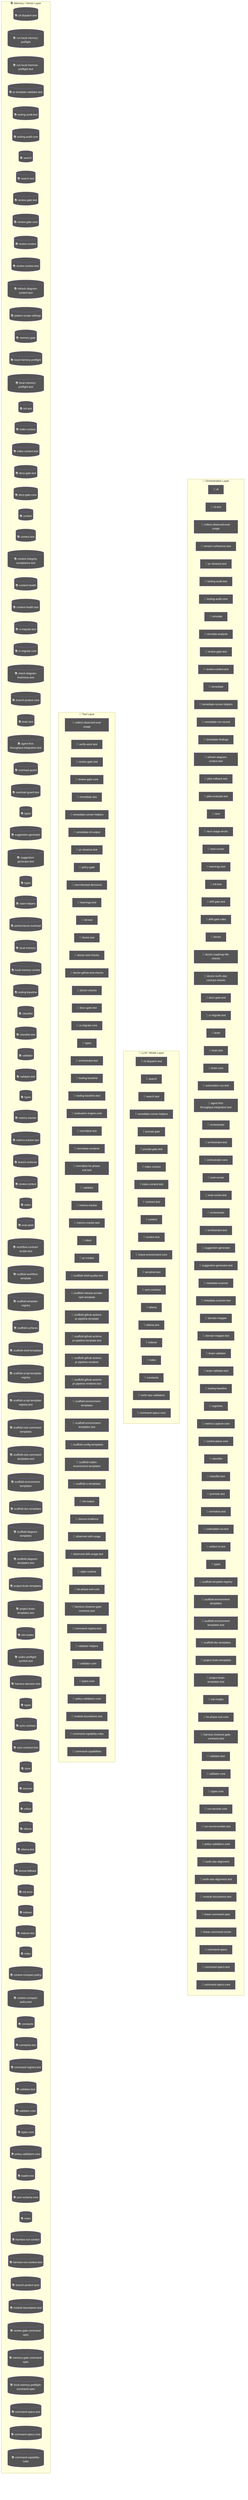
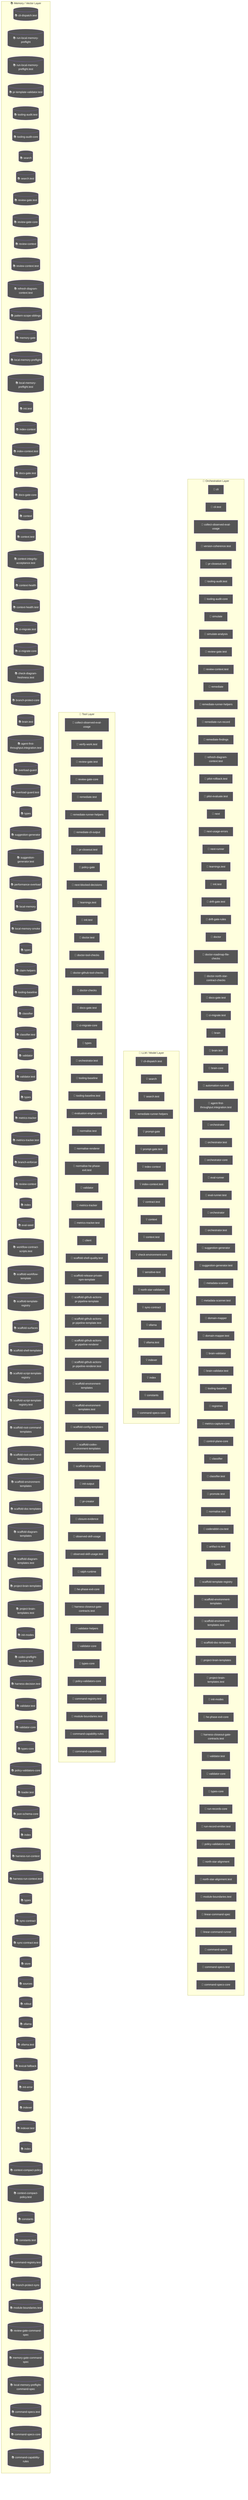
flowchart TD
  subgraph Orchestration["🎯 Orchestration Layer"]
    cli_99bb8840["🤖 cli"]
    cli_test_4851f28b["🤖 cli.test"]
    node_agent_mmd_orchestration_layer_orchestration_coll_37781291["🤖 collect-observed-eval-usage"]
    version_coherence_test_b81c6d8e["🤖 version-coherence.test"]
    pr_closeout_test_12a1ffdd["🤖 pr-closeout.test"]
    node_agent_mmd_orchestration_layer_orchestration_tool_5f9f8adf["🤖 tooling-audit.test"]
    node_agent_mmd_orchestration_layer_orchestration_tool_acfe0c01["🤖 tooling-audit-core"]
    simulate_b9efe395["🤖 simulate"]
    simulate_analysis_164a460c["🤖 simulate-analysis"]
    node_agent_mmd_orchestration_layer_orchestration_revi_ae9f100c["🤖 review-gate.test"]
    node_agent_mmd_orchestration_layer_orchestration_revi_84f25e5b["🤖 review-context.test"]
    remediate_06b9c7fc["🤖 remediate"]
    node_agent_mmd_orchestration_layer_orchestration_reme_359fe98f["🤖 remediate-runner-helpers"]
    remediate_run_record_9dfe5dc1["🤖 remediate-run-record"]
    remediate_findings_8b09c8c6["🤖 remediate-findings"]
    node_agent_mmd_orchestration_layer_orchestration_refr_10a87984["🤖 refresh-diagram-context.test"]
    pilot_rollback_test_e61d5a2b["🤖 pilot-rollback.test"]
    pilot_evaluate_test_a2ac06fc["🤖 pilot-evaluate.test"]
    next_c6c1c9a9["🤖 next"]
    next_usage_errors_837a345a["🤖 next-usage-errors"]
    next_runner_41643472["🤖 next-runner"]
    node_agent_mmd_orchestration_layer_orchestration_lear_5a2a5b08["🤖 learnings.test"]
    node_agent_mmd_orchestration_layer_orchestration_init_daf6ae1b["🤖 init.test"]
    drift_gate_test_816765e3["🤖 drift-gate.test"]
    drift_gate_rules_9685e72d["🤖 drift-gate-rules"]
    doctor_72f4be89["🤖 doctor"]
    doctor_roadmap_file_checks_14447b8e["🤖 doctor-roadmap-file-checks"]
    doctor_north_star_contract_checks_0048124c["🤖 doctor-north-star-contract-checks"]
    node_agent_mmd_orchestration_layer_orchestration_docs_22c7ae60["🤖 docs-gate.test"]
    node_agent_mmd_orchestration_layer_orchestration_ci_m_a6704d8b["🤖 ci-migrate.test"]
    brain_bbbf7a64["🤖 brain"]
    node_agent_mmd_orchestration_layer_orchestration_brai_9c019b6e["🤖 brain.test"]
    brain_core_aa07c380["🤖 brain-core"]
    automation_run_test_7b21d905["🤖 automation-run.test"]
    node_agent_mmd_orchestration_layer_orchestration_agen_eb715f44["🤖 agent-first-throughput.integration.test"]
    orchestrator_11376b7e["🤖 orchestrator"]
    orchestrator_test_18d2fe26["🤖 orchestrator.test"]
    orchestrator_core_d0678b53["🤖 orchestrator-core"]
    eval_runner_0966a6b3["🤖 eval-runner"]
    eval_runner_test_962c8c18["🤖 eval-runner.test"]
    orchestrator_1_6b7137c5["🤖 orchestrator"]
    node_agent_mmd_orchestration_layer_orchestration_orch_af4e7416["🤖 orchestrator.test"]
    node_agent_mmd_orchestration_layer_orchestration_sugg_85c5ebe3["🤖 suggestion-generator"]
    node_agent_mmd_orchestration_layer_orchestration_sugg_d0ad9d8e["🤖 suggestion-generator.test"]
    metadata_scanner_6a101b66["🤖 metadata-scanner"]
    metadata_scanner_test_faee743d["🤖 metadata-scanner.test"]
    domain_mapper_cd9333d2["🤖 domain-mapper"]
    domain_mapper_test_dc5a9896["🤖 domain-mapper.test"]
    brain_validator_be251832["🤖 brain-validator"]
    brain_validator_test_5e40cb72["🤖 brain-validator.test"]
    node_agent_mmd_orchestration_layer_orchestration_tool_cc43149f["🤖 tooling-baseline"]
    registries_06402afa["🤖 registries"]
    metrics_capture_core_db4bf7cf["🤖 metrics-capture-core"]
    control_plane_core_db3b4cb2["🤖 control-plane-core"]
    node_agent_mmd_orchestration_layer_orchestration_clas_899b821a["🤖 classifier"]
    node_agent_mmd_orchestration_layer_orchestration_clas_402e0b3f["🤖 classifier.test"]
    promote_test_5c615269["🤖 promote.test"]
    normalise_test_1_6643dd83["🤖 normalise.test"]
    coderabbit_csv_test_1f36d0a4["🤖 coderabbit-csv.test"]
    artifact_io_test_aac02da3["🤖 artifact-io.test"]
-     types_15_86775c96["🤖 types"]
+     types_14_fe7507be["🤖 types"]
    node_agent_mmd_orchestration_layer_orchestration_scaf_ff8f92f6["🤖 scaffold-template-registry"]
    node_agent_mmd_orchestration_layer_orchestration_scaf_c9a90c2f["🤖 scaffold-environment-templates"]
    node_agent_mmd_orchestration_layer_orchestration_scaf_78d57a93["🤖 scaffold-environment-templates.test"]
    node_agent_mmd_orchestration_layer_orchestration_scaf_12cc07db["🤖 scaffold-doc-templates"]
    node_agent_mmd_orchestration_layer_orchestration_proj_6ab6f60f["🤖 project-brain-templates"]
    node_agent_mmd_orchestration_layer_orchestration_proj_d78b2f4f["🤖 project-brain-templates.test"]
    node_agent_mmd_orchestration_layer_orchestration_init_2a9c3ecb["🤖 init-modes"]
    node_agent_mmd_orchestration_layer_orchestration_he_p_fc778c24["🤖 he-phase-exit-core"]
    node_agent_mmd_orchestration_layer_orchestration_harn_7761fad1["🤖 harness-closeout-gate-contracts.test"]
    node_agent_mmd_orchestration_layer_orchestration_vali_a3b17e45["🤖 validator.test"]
    node_agent_mmd_orchestration_layer_orchestration_vali_d9fe99e6["🤖 validator-core"]
    node_agent_mmd_orchestration_layer_orchestration_type_7cf81261["🤖 types-core"]
    run_records_core_89286dfa["🤖 run-records-core"]
    run_record_emitter_test_5475c0da["🤖 run-record-emitter.test"]
    node_agent_mmd_orchestration_layer_orchestration_poli_3270b55d["🤖 policy-validators-core"]
    north_star_alignment_00440188["🤖 north-star-alignment"]
    north_star_alignment_test_3ae1d69b["🤖 north-star-alignment.test"]
    node_agent_mmd_orchestration_layer_orchestration_modu_72373e29["🤖 module-boundaries.test"]
    linear_command_spec_1e12dd44["🤖 linear-command-spec"]
    linear_command_runner_4a740dfc["🤖 linear-command-runner"]
    command_specs_69167c63["🤖 command-specs"]
    node_agent_mmd_orchestration_layer_orchestration_comm_a137ef0a["🤖 command-specs.test"]
    node_agent_mmd_orchestration_layer_orchestration_comm_1f8cc24c["🤖 command-specs-core"]
  end
  subgraph LLMLayer["🧠 LLM / Model Layer"]
    node_agent_mmd_llm_model_layer_llmlayer_cli_dispatch__7ecbc6e7["💡 cli-dispatch.test"]
    node_agent_mmd_llm_model_layer_llmlayer_search_search_66b9a911["💡 search"]
    node_agent_mmd_llm_model_layer_llmlayer_search_test_s_72d50705["💡 search.test"]
    node_agent_mmd_llm_model_layer_llmlayer_remediate_run_9e3d4585["💡 remediate-runner-helpers"]
    prompt_gate_c5e9d207["💡 prompt-gate"]
    prompt_gate_test_1a442b27["💡 prompt-gate.test"]
    node_agent_mmd_llm_model_layer_llmlayer_index_context_1041bd11["💡 index-context"]
    node_agent_mmd_llm_model_layer_llmlayer_index_context_7e927b45["💡 index-context.test"]
    contract_test_2262847f["💡 contract.test"]
    node_agent_mmd_llm_model_layer_llmlayer_context_conte_ad2dfbd9["💡 context"]
    node_agent_mmd_llm_model_layer_llmlayer_context_test__32277db3["💡 context.test"]
    check_environment_core_2c16213f["💡 check-environment-core"]
    sensitive_text_7c11f760["💡 sensitive-text"]
+     north_star_validators_cfc926ce["💡 north-star-validators"]
    node_agent_mmd_llm_model_layer_llmlayer_sync_contract_9f3cc8c1["💡 sync-contract"]
    node_agent_mmd_llm_model_layer_llmlayer_ollama_ollama_968b23fa["💡 ollama"]
    node_agent_mmd_llm_model_layer_llmlayer_ollama_test_o_d62a0b5a["💡 ollama.test"]
    node_agent_mmd_llm_model_layer_llmlayer_indexer_index_4f4deef5["💡 indexer"]
    node_agent_mmd_llm_model_layer_llmlayer_index_index_1_02e160ff["💡 index"]
    node_agent_mmd_llm_model_layer_llmlayer_constants_con_c9bd3f6c["💡 constants"]
-     north_star_validators_cfc926ce["💡 north-star-validators"]
    node_agent_mmd_llm_model_layer_llmlayer_command_specs_782af9fa["💡 command-specs-core"]
  end
  subgraph ToolLayer["🔧 Tool Layer"]
    node_agent_mmd_tool_layer_toollayer_collect_observed__f30f627d["🔧 collect-observed-eval-usage"]
    verify_work_test_0e12f6c5["🔧 verify-work.test"]
    node_agent_mmd_tool_layer_toollayer_review_gate_test__548e6c28["🔧 review-gate.test"]
    node_agent_mmd_tool_layer_toollayer_review_gate_core__7704598b["🔧 review-gate-core"]
    remediate_test_6f59cafe["🔧 remediate.test"]
    node_agent_mmd_tool_layer_toollayer_remediate_runner__c003b871["🔧 remediate-runner-helpers"]
    remediate_cli_output_cc165396["🔧 remediate-cli-output"]
    pr_closeout_test_1_be1a0df1["🔧 pr-closeout.test"]
    policy_gate_213f7313["🔧 policy-gate"]
    next_blocked_decisions_4140ad2b["🔧 next-blocked-decisions"]
    node_agent_mmd_tool_layer_toollayer_learnings_test_le_d61f175f["🔧 learnings.test"]
    node_agent_mmd_tool_layer_toollayer_init_test_init_te_ae014ee3["🔧 init.test"]
    doctor_test_e032e8b5["🔧 doctor.test"]
    doctor_tool_checks_4acac51a["🔧 doctor-tool-checks"]
    doctor_github_tool_checks_a53b0382["🔧 doctor-github-tool-checks"]
    doctor_checks_5a2eb2b9["🔧 doctor-checks"]
    node_agent_mmd_tool_layer_toollayer_docs_gate_test_do_ca0c4c21["🔧 docs-gate.test"]
    node_agent_mmd_tool_layer_toollayer_ci_migrate_core_c_049f8460["🔧 ci-migrate-core"]
    types_1_4ecdf56e["🔧 types"]
    node_agent_mmd_tool_layer_toollayer_orchestrator_test_b563c528["🔧 orchestrator.test"]
    node_agent_mmd_tool_layer_toollayer_tooling_baseline__61e66e9f["🔧 tooling-baseline"]
    tooling_baseline_test_d272ddb6["🔧 tooling-baseline.test"]
    evaluation_engine_core_e054fe49["🔧 evaluation-engine-core"]
    normalise_test_73e8a615["🔧 normalise.test"]
    normalise_renderer_85f2e563["🔧 normalise-renderer"]
    normalise_he_phase_exit_test_1788efc4["🔧 normalise-he-phase-exit.test"]
    node_agent_mmd_tool_layer_toollayer_validator_validat_96a84a52["🔧 validator"]
    node_agent_mmd_tool_layer_toollayer_metrics_tracker_m_4c9237d8["🔧 metrics-tracker"]
    node_agent_mmd_tool_layer_toollayer_metrics_tracker_t_8947b778["🔧 metrics-tracker.test"]
    client_1_914e1681["🔧 client"]
-     pr_creator_dc6b1ea4["🔧 pr-creator"]
    scaffold_shell_quality_test_79567d03["🔧 scaffold-shell-quality.test"]
    scaffold_release_private_npm_template_075499f8["🔧 scaffold-release-private-npm-template"]
    scaffold_github_actions_pr_pipeline_template_e2b85f62["🔧 scaffold-github-actions-pr-pipeline-template"]
    scaffold_github_actions_pr_pipeline_template_test_be464a7b["🔧 scaffold-github-actions-pr-pipeline-template.test"]
    scaffold_github_actions_pr_pipeline_renderer_1ee18de5["🔧 scaffold-github-actions-pr-pipeline-renderer"]
    scaffold_github_actions_pr_pipeline_renderer_test_2cc38272["🔧 scaffold-github-actions-pr-pipeline-renderer.test"]
    node_agent_mmd_tool_layer_toollayer_scaffold_environm_c1afc013["🔧 scaffold-environment-templates"]
    node_agent_mmd_tool_layer_toollayer_scaffold_environm_1a8f8168["🔧 scaffold-environment-templates.test"]
    scaffold_config_templates_4b80ce53["🔧 scaffold-config-templates"]
    scaffold_codex_environment_templates_334fbbed["🔧 scaffold-codex-environment-templates"]
    scaffold_ci_templates_2afd6392["🔧 scaffold-ci-templates"]
    init_output_360dce91["🔧 init-output"]
+     pr_creator_dc6b1ea4["🔧 pr-creator"]
    closure_evidence_aaa31467["🔧 closure-evidence"]
    observed_skill_usage_ed7d5930["🔧 observed-skill-usage"]
    observed_skill_usage_test_311c215a["🔧 observed-skill-usage.test"]
    ralph_runtime_73d63c0e["🔧 ralph-runtime"]
    node_agent_mmd_tool_layer_toollayer_he_phase_exit_cor_af016160["🔧 he-phase-exit-core"]
    node_agent_mmd_tool_layer_toollayer_harness_closeout__df9d1dab["🔧 harness-closeout-gate-contracts.test"]
-     node_agent_mmd_tool_layer_toollayer_command_registry__cce57abe["🔧 command-registry.test"]
    validator_helpers_7b927667["🔧 validator-helpers"]
    node_agent_mmd_tool_layer_toollayer_validator_core_va_6ef6131f["🔧 validator-core"]
    node_agent_mmd_tool_layer_toollayer_types_core_types__6c8319b6["🔧 types-core"]
    node_agent_mmd_tool_layer_toollayer_policy_validators_af136abf["🔧 policy-validators-core"]
+     node_agent_mmd_tool_layer_toollayer_command_registry__cce57abe["🔧 command-registry.test"]
    node_agent_mmd_tool_layer_toollayer_module_boundaries_fecf90b5["🔧 module-boundaries.test"]
    node_agent_mmd_tool_layer_toollayer_command_capabilit_e97a4615["🔧 command-capability-rules"]
    command_capabilities_a4d5c71e["🔧 command-capabilities"]
  end
  subgraph MemoryLayer["📚 Memory / Vector Layer"]
    node_agent_mmd_memory_vector_layer_memorylayer_cli_di_c121353b[("📚 cli-dispatch.test")]
    run_local_memory_preflight_36e92808[("📚 run-local-memory-preflight")]
    run_local_memory_preflight_test_1d7c5aa0[("📚 run-local-memory-preflight.test")]
    pr_template_validator_test_569b1cef[("📚 pr-template-validator.test")]
    node_agent_mmd_memory_vector_layer_memorylayer_toolin_48be0fc9[("📚 tooling-audit.test")]
    node_agent_mmd_memory_vector_layer_memorylayer_toolin_a1185b8f[("📚 tooling-audit-core")]
    node_agent_mmd_memory_vector_layer_memorylayer_search_ac35cb7e[("📚 search")]
    node_agent_mmd_memory_vector_layer_memorylayer_search_ebbe6c53[("📚 search.test")]
    node_agent_mmd_memory_vector_layer_memorylayer_review_e0e0b257[("📚 review-gate.test")]
    node_agent_mmd_memory_vector_layer_memorylayer_review_5bee9816[("📚 review-gate-core")]
    review_context_ca6cf81d[("📚 review-context")]
    node_agent_mmd_memory_vector_layer_memorylayer_review_3255d3cf[("📚 review-context.test")]
    node_agent_mmd_memory_vector_layer_memorylayer_refres_b1a0f415[("📚 refresh-diagram-context.test")]
    pattern_scope_siblings_43abe000[("📚 pattern-scope-siblings")]
    memory_gate_a577a506[("📚 memory-gate")]
    local_memory_preflight_dcc36c42[("📚 local-memory-preflight")]
    local_memory_preflight_test_5e323bbf[("📚 local-memory-preflight.test")]
    node_agent_mmd_memory_vector_layer_memorylayer_init_t_bac0fb9d[("📚 init.test")]
    node_agent_mmd_memory_vector_layer_memorylayer_index__6f3402d0[("📚 index-context")]
    node_agent_mmd_memory_vector_layer_memorylayer_index__46fc46d7[("📚 index-context.test")]
    node_agent_mmd_memory_vector_layer_memorylayer_docs_g_2ab7a620[("📚 docs-gate.test")]
    docs_gate_core_eb9b6c18[("📚 docs-gate-core")]
    node_agent_mmd_memory_vector_layer_memorylayer_contex_78ceaaa9[("📚 context")]
    node_agent_mmd_memory_vector_layer_memorylayer_contex_4e7cab00[("📚 context.test")]
    context_integrity_acceptance_test_59f961b1[("📚 context-integrity-acceptance.test")]
    context_health_80bb7da9[("📚 context-health")]
    context_health_test_3b5b87f3[("📚 context-health.test")]
    node_agent_mmd_memory_vector_layer_memorylayer_ci_mig_df76706f[("📚 ci-migrate.test")]
    node_agent_mmd_memory_vector_layer_memorylayer_ci_mig_0cd5b1a4[("📚 ci-migrate-core")]
    check_diagram_freshness_test_c1dc40aa[("📚 check-diagram-freshness.test")]
    branch_protect_core_a8feb0fd[("📚 branch-protect-core")]
    node_agent_mmd_memory_vector_layer_memorylayer_brain__80b5ea48[("📚 brain.test")]
    node_agent_mmd_memory_vector_layer_memorylayer_agent__6f084ab8[("📚 agent-first-throughput.integration.test")]
    overload_guard_2748c559[("📚 overload-guard")]
    overload_guard_test_6ece9f86[("📚 overload-guard.test")]
-     types_4_822d0f88[("📚 types")]
+     types_3_9675d69b[("📚 types")]
    node_agent_mmd_memory_vector_layer_memorylayer_sugges_267f408d[("📚 suggestion-generator")]
    node_agent_mmd_memory_vector_layer_memorylayer_sugges_b043d150[("📚 suggestion-generator.test")]
-     types_7_2f1ed65e[("📚 types")]
-     claim_helpers_20dc8387[("📚 claim-helpers")]
    performance_overload_c685bfcf[("📚 performance-overload")]
    local_memory_0db17ecc[("📚 local-memory")]
    local_memory_smoke_1175abfc[("📚 local-memory-smoke")]
+     types_8_f6283648[("📚 types")]
+     claim_helpers_20dc8387[("📚 claim-helpers")]
    node_agent_mmd_memory_vector_layer_memorylayer_toolin_14f86b00[("📚 tooling-baseline")]
    node_agent_mmd_memory_vector_layer_memorylayer_classi_1ebbf5ff[("📚 classifier")]
    node_agent_mmd_memory_vector_layer_memorylayer_classi_58e617e7[("📚 classifier.test")]
    node_agent_mmd_memory_vector_layer_memorylayer_valida_1b167f63[("📚 validator")]
    validator_test_1_c5015ca0[("📚 validator.test")]
    types_12_2b09659a[("📚 types")]
    node_agent_mmd_memory_vector_layer_memorylayer_metric_12562178[("📚 metrics-tracker")]
    node_agent_mmd_memory_vector_layer_memorylayer_metric_74129788[("📚 metrics-tracker.test")]
    branch_enforcer_acb749cd[("📚 branch-enforcer")]
    review_context_1_e3afed15[("📚 review-context")]
    index_2_10143590[("📚 index")]
    eval_seed_5699fd3e[("📚 eval-seed")]
    workflow_contract_scripts_test_681e2e3c[("📚 workflow-contract-scripts.test")]
    scaffold_workflow_template_92310587[("📚 scaffold-workflow-template")]
    node_agent_mmd_memory_vector_layer_memorylayer_scaffo_a86eece1[("📚 scaffold-template-registry")]
    scaffold_surfaces_12d6494e[("📚 scaffold-surfaces")]
    scaffold_shell_templates_0ad0f915[("📚 scaffold-shell-templates")]
    scaffold_script_template_registry_69312d4e[("📚 scaffold-script-template-registry")]
    scaffold_script_template_registry_test_6a8ebefe[("📚 scaffold-script-template-registry.test")]
    scaffold_root_command_templates_404fed7f[("📚 scaffold-root-command-templates")]
    scaffold_root_command_templates_test_14596939[("📚 scaffold-root-command-templates.test")]
    node_agent_mmd_memory_vector_layer_memorylayer_scaffo_12b42341[("📚 scaffold-environment-templates")]
    node_agent_mmd_memory_vector_layer_memorylayer_scaffo_5fd73b94[("📚 scaffold-doc-templates")]
    scaffold_diagram_templates_dd88e83c[("📚 scaffold-diagram-templates")]
    scaffold_diagram_templates_test_f3774c28[("📚 scaffold-diagram-templates.test")]
    node_agent_mmd_memory_vector_layer_memorylayer_projec_3ae304d9[("📚 project-brain-templates")]
    node_agent_mmd_memory_vector_layer_memorylayer_projec_6048335b[("📚 project-brain-templates.test")]
    node_agent_mmd_memory_vector_layer_memorylayer_init_m_333d02c5[("📚 init-modes")]
    codex_preflight_symlink_test_037558db[("📚 codex-preflight-symlink.test")]
    harness_decision_test_7e5a4fe5[("📚 harness-decision.test")]
-     types_18_37582e2a[("📚 types")]
+     node_agent_mmd_memory_vector_layer_memorylayer_valida_caacfcdf[("📚 validator.test")]
+     node_agent_mmd_memory_vector_layer_memorylayer_valida_41034356[("📚 validator-core")]
+     node_agent_mmd_memory_vector_layer_memorylayer_types__83f369fa[("📚 types-core")]
+     node_agent_mmd_memory_vector_layer_memorylayer_policy_1944de42[("📚 policy-validators-core")]
+     loader_test_03424671[("📚 loader.test")]
+     json_schema_core_96d7e328[("📚 json-schema-core")]
+     index_5_522f772a[("📚 index")]
+     harness_run_context_ac7c77a9[("📚 harness-run-context")]
+     harness_run_context_test_c6937fed[("📚 harness-run-context.test")]
+     types_19_eb4ad5f0[("📚 types")]
    node_agent_mmd_memory_vector_layer_memorylayer_sync_c_e43418bc[("📚 sync-contract")]
    sync_contract_test_5dc3165c[("📚 sync-contract.test")]
    store_824d80d7[("📚 store")]
    sources_1_e133d97d[("📚 sources")]
    rollout_a4fa034c[("📚 rollout")]
    node_agent_mmd_memory_vector_layer_memorylayer_ollama_6d51be16[("📚 ollama")]
    node_agent_mmd_memory_vector_layer_memorylayer_ollama_d800c0c4[("📚 ollama.test")]
    lexical_fallback_723e2b3e[("📚 lexical-fallback")]
    init_error_5c7dd49f[("📚 init-error")]
    node_agent_mmd_memory_vector_layer_memorylayer_indexe_93e6d86f[("📚 indexer")]
    indexer_test_d492f0aa[("📚 indexer.test")]
    node_agent_mmd_memory_vector_layer_memorylayer_index__752bc61e[("📚 index")]
    context_compact_policy_3dcaf95d[("📚 context-compact-policy")]
    context_compact_policy_test_da148267[("📚 context-compact-policy.test")]
    node_agent_mmd_memory_vector_layer_memorylayer_consta_702d3f46[("📚 constants")]
    constants_test_5492ae98[("📚 constants.test")]
    node_agent_mmd_memory_vector_layer_memorylayer_comman_362247bb[("📚 command-registry.test")]
-     node_agent_mmd_memory_vector_layer_memorylayer_valida_caacfcdf[("📚 validator.test")]
-     node_agent_mmd_memory_vector_layer_memorylayer_valida_41034356[("📚 validator-core")]
-     node_agent_mmd_memory_vector_layer_memorylayer_types__83f369fa[("📚 types-core")]
-     node_agent_mmd_memory_vector_layer_memorylayer_policy_1944de42[("📚 policy-validators-core")]
-     loader_test_03424671[("📚 loader.test")]
-     json_schema_core_96d7e328[("📚 json-schema-core")]
-     index_6_fc9e91e2[("📚 index")]
-     harness_run_context_ac7c77a9[("📚 harness-run-context")]
-     harness_run_context_test_c6937fed[("📚 harness-run-context.test")]
    branch_protect_sync_570adb18[("📚 branch-protect-sync")]
    node_agent_mmd_memory_vector_layer_memorylayer_module_9bfd18b1[("📚 module-boundaries.test")]
    review_gate_command_spec_3187376a[("📚 review-gate-command-spec")]
    memory_gate_command_spec_dc9001a9[("📚 memory-gate-command-spec")]
    local_memory_preflight_command_spec_9e23f3ce[("📚 local-memory-preflight-command-spec")]
    node_agent_mmd_memory_vector_layer_memorylayer_comman_d36d1650[("📚 command-specs.test")]
    node_agent_mmd_memory_vector_layer_memorylayer_comman_111eb454[("📚 command-specs-core")]
    node_agent_mmd_memory_vector_layer_memorylayer_comman_c72a5d05[("📚 command-capability-rules")]
  end
  classDef agentNode fill:#555,color:#fff
-   class cli_99bb8840,cli_test_4851f28b,node_agent_mmd_orchestration_layer_orchestration_coll_37781291,node_agent_mmd_tool_layer_toollayer_collect_observed__f30f627d,version_coherence_test_b81c6d8e,pr_closeout_test_12a1ffdd,node_agent_mmd_orchestration_layer_orchestration_tool_5f9f8adf,node_agent_mmd_memory_vector_layer_memorylayer_toolin_48be0fc9,node_agent_mmd_orchestration_layer_orchestration_tool_acfe0c01,node_agent_mmd_memory_vector_layer_memorylayer_toolin_a1185b8f,simulate_b9efe395,simulate_analysis_164a460c,node_agent_mmd_orchestration_layer_orchestration_revi_ae9f100c,node_agent_mmd_tool_layer_toollayer_review_gate_test__548e6c28,node_agent_mmd_memory_vector_layer_memorylayer_review_e0e0b257,node_agent_mmd_orchestration_layer_orchestration_revi_84f25e5b,node_agent_mmd_memory_vector_layer_memorylayer_review_3255d3cf,remediate_06b9c7fc,node_agent_mmd_orchestration_layer_orchestration_reme_359fe98f,node_agent_mmd_llm_model_layer_llmlayer_remediate_run_9e3d4585,node_agent_mmd_tool_layer_toollayer_remediate_runner__c003b871,remediate_run_record_9dfe5dc1,remediate_findings_8b09c8c6,node_agent_mmd_orchestration_layer_orchestration_refr_10a87984,node_agent_mmd_memory_vector_layer_memorylayer_refres_b1a0f415,pilot_rollback_test_e61d5a2b,pilot_evaluate_test_a2ac06fc,next_c6c1c9a9,next_usage_errors_837a345a,next_runner_41643472,node_agent_mmd_orchestration_layer_orchestration_lear_5a2a5b08,node_agent_mmd_tool_layer_toollayer_learnings_test_le_d61f175f,node_agent_mmd_orchestration_layer_orchestration_init_daf6ae1b,node_agent_mmd_tool_layer_toollayer_init_test_init_te_ae014ee3,node_agent_mmd_memory_vector_layer_memorylayer_init_t_bac0fb9d,drift_gate_test_816765e3,drift_gate_rules_9685e72d,doctor_72f4be89,doctor_roadmap_file_checks_14447b8e,doctor_north_star_contract_checks_0048124c,node_agent_mmd_orchestration_layer_orchestration_docs_22c7ae60,node_agent_mmd_tool_layer_toollayer_docs_gate_test_do_ca0c4c21,node_agent_mmd_memory_vector_layer_memorylayer_docs_g_2ab7a620,node_agent_mmd_orchestration_layer_orchestration_ci_m_a6704d8b,node_agent_mmd_memory_vector_layer_memorylayer_ci_mig_df76706f,brain_bbbf7a64,node_agent_mmd_orchestration_layer_orchestration_brai_9c019b6e,node_agent_mmd_memory_vector_layer_memorylayer_brain__80b5ea48,brain_core_aa07c380,automation_run_test_7b21d905,node_agent_mmd_orchestration_layer_orchestration_agen_eb715f44,node_agent_mmd_memory_vector_layer_memorylayer_agent__6f084ab8,orchestrator_11376b7e,orchestrator_test_18d2fe26,orchestrator_core_d0678b53,eval_runner_0966a6b3,eval_runner_test_962c8c18,orchestrator_1_6b7137c5,node_agent_mmd_orchestration_layer_orchestration_orch_af4e7416,node_agent_mmd_tool_layer_toollayer_orchestrator_test_b563c528,node_agent_mmd_orchestration_layer_orchestration_sugg_85c5ebe3,node_agent_mmd_memory_vector_layer_memorylayer_sugges_267f408d,node_agent_mmd_orchestration_layer_orchestration_sugg_d0ad9d8e,node_agent_mmd_memory_vector_layer_memorylayer_sugges_b043d150,metadata_scanner_6a101b66,metadata_scanner_test_faee743d,domain_mapper_cd9333d2,domain_mapper_test_dc5a9896,brain_validator_be251832,brain_validator_test_5e40cb72,node_agent_mmd_orchestration_layer_orchestration_tool_cc43149f,node_agent_mmd_tool_layer_toollayer_tooling_baseline__61e66e9f,node_agent_mmd_memory_vector_layer_memorylayer_toolin_14f86b00,registries_06402afa,metrics_capture_core_db4bf7cf,control_plane_core_db3b4cb2,node_agent_mmd_orchestration_layer_orchestration_clas_899b821a,node_agent_mmd_memory_vector_layer_memorylayer_classi_1ebbf5ff,node_agent_mmd_orchestration_layer_orchestration_clas_402e0b3f,node_agent_mmd_memory_vector_layer_memorylayer_classi_58e617e7,promote_test_5c615269,normalise_test_1_6643dd83,coderabbit_csv_test_1f36d0a4,artifact_io_test_aac02da3,types_15_86775c96,node_agent_mmd_orchestration_layer_orchestration_scaf_ff8f92f6,node_agent_mmd_memory_vector_layer_memorylayer_scaffo_a86eece1,node_agent_mmd_orchestration_layer_orchestration_scaf_c9a90c2f,node_agent_mmd_tool_layer_toollayer_scaffold_environm_c1afc013,node_agent_mmd_memory_vector_layer_memorylayer_scaffo_12b42341,node_agent_mmd_orchestration_layer_orchestration_scaf_78d57a93,node_agent_mmd_tool_layer_toollayer_scaffold_environm_1a8f8168,node_agent_mmd_orchestration_layer_orchestration_scaf_12cc07db,node_agent_mmd_memory_vector_layer_memorylayer_scaffo_5fd73b94,node_agent_mmd_orchestration_layer_orchestration_proj_6ab6f60f,node_agent_mmd_memory_vector_layer_memorylayer_projec_3ae304d9,node_agent_mmd_orchestration_layer_orchestration_proj_d78b2f4f,node_agent_mmd_memory_vector_layer_memorylayer_projec_6048335b,node_agent_mmd_orchestration_layer_orchestration_init_2a9c3ecb,node_agent_mmd_memory_vector_layer_memorylayer_init_m_333d02c5,node_agent_mmd_orchestration_layer_orchestration_he_p_fc778c24,node_agent_mmd_tool_layer_toollayer_he_phase_exit_cor_af016160,node_agent_mmd_orchestration_layer_orchestration_harn_7761fad1,node_agent_mmd_tool_layer_toollayer_harness_closeout__df9d1dab,node_agent_mmd_orchestration_layer_orchestration_vali_a3b17e45,node_agent_mmd_memory_vector_layer_memorylayer_valida_caacfcdf,node_agent_mmd_orchestration_layer_orchestration_vali_d9fe99e6,node_agent_mmd_tool_layer_toollayer_validator_core_va_6ef6131f,node_agent_mmd_memory_vector_layer_memorylayer_valida_41034356,node_agent_mmd_orchestration_layer_orchestration_type_7cf81261,node_agent_mmd_tool_layer_toollayer_types_core_types__6c8319b6,node_agent_mmd_memory_vector_layer_memorylayer_types__83f369fa,run_records_core_89286dfa,run_record_emitter_test_5475c0da,node_agent_mmd_orchestration_layer_orchestration_poli_3270b55d,node_agent_mmd_tool_layer_toollayer_policy_validators_af136abf,node_agent_mmd_memory_vector_layer_memorylayer_policy_1944de42,north_star_alignment_00440188,north_star_alignment_test_3ae1d69b,node_agent_mmd_orchestration_layer_orchestration_modu_72373e29,node_agent_mmd_tool_layer_toollayer_module_boundaries_fecf90b5,node_agent_mmd_memory_vector_layer_memorylayer_module_9bfd18b1,linear_command_spec_1e12dd44,linear_command_runner_4a740dfc,command_specs_69167c63,node_agent_mmd_orchestration_layer_orchestration_comm_a137ef0a,node_agent_mmd_memory_vector_layer_memorylayer_comman_d36d1650,node_agent_mmd_orchestration_layer_orchestration_comm_1f8cc24c,node_agent_mmd_llm_model_layer_llmlayer_command_specs_782af9fa,node_agent_mmd_memory_vector_layer_memorylayer_comman_111eb454 agentNode
+   class cli_99bb8840,cli_test_4851f28b,node_agent_mmd_orchestration_layer_orchestration_coll_37781291,node_agent_mmd_tool_layer_toollayer_collect_observed__f30f627d,version_coherence_test_b81c6d8e,pr_closeout_test_12a1ffdd,node_agent_mmd_orchestration_layer_orchestration_tool_5f9f8adf,node_agent_mmd_memory_vector_layer_memorylayer_toolin_48be0fc9,node_agent_mmd_orchestration_layer_orchestration_tool_acfe0c01,node_agent_mmd_memory_vector_layer_memorylayer_toolin_a1185b8f,simulate_b9efe395,simulate_analysis_164a460c,node_agent_mmd_orchestration_layer_orchestration_revi_ae9f100c,node_agent_mmd_tool_layer_toollayer_review_gate_test__548e6c28,node_agent_mmd_memory_vector_layer_memorylayer_review_e0e0b257,node_agent_mmd_orchestration_layer_orchestration_revi_84f25e5b,node_agent_mmd_memory_vector_layer_memorylayer_review_3255d3cf,remediate_06b9c7fc,node_agent_mmd_orchestration_layer_orchestration_reme_359fe98f,node_agent_mmd_llm_model_layer_llmlayer_remediate_run_9e3d4585,node_agent_mmd_tool_layer_toollayer_remediate_runner__c003b871,remediate_run_record_9dfe5dc1,remediate_findings_8b09c8c6,node_agent_mmd_orchestration_layer_orchestration_refr_10a87984,node_agent_mmd_memory_vector_layer_memorylayer_refres_b1a0f415,pilot_rollback_test_e61d5a2b,pilot_evaluate_test_a2ac06fc,next_c6c1c9a9,next_usage_errors_837a345a,next_runner_41643472,node_agent_mmd_orchestration_layer_orchestration_lear_5a2a5b08,node_agent_mmd_tool_layer_toollayer_learnings_test_le_d61f175f,node_agent_mmd_orchestration_layer_orchestration_init_daf6ae1b,node_agent_mmd_tool_layer_toollayer_init_test_init_te_ae014ee3,node_agent_mmd_memory_vector_layer_memorylayer_init_t_bac0fb9d,drift_gate_test_816765e3,drift_gate_rules_9685e72d,doctor_72f4be89,doctor_roadmap_file_checks_14447b8e,doctor_north_star_contract_checks_0048124c,node_agent_mmd_orchestration_layer_orchestration_docs_22c7ae60,node_agent_mmd_tool_layer_toollayer_docs_gate_test_do_ca0c4c21,node_agent_mmd_memory_vector_layer_memorylayer_docs_g_2ab7a620,node_agent_mmd_orchestration_layer_orchestration_ci_m_a6704d8b,node_agent_mmd_memory_vector_layer_memorylayer_ci_mig_df76706f,brain_bbbf7a64,node_agent_mmd_orchestration_layer_orchestration_brai_9c019b6e,node_agent_mmd_memory_vector_layer_memorylayer_brain__80b5ea48,brain_core_aa07c380,automation_run_test_7b21d905,node_agent_mmd_orchestration_layer_orchestration_agen_eb715f44,node_agent_mmd_memory_vector_layer_memorylayer_agent__6f084ab8,orchestrator_11376b7e,orchestrator_test_18d2fe26,orchestrator_core_d0678b53,eval_runner_0966a6b3,eval_runner_test_962c8c18,orchestrator_1_6b7137c5,node_agent_mmd_orchestration_layer_orchestration_orch_af4e7416,node_agent_mmd_tool_layer_toollayer_orchestrator_test_b563c528,node_agent_mmd_orchestration_layer_orchestration_sugg_85c5ebe3,node_agent_mmd_memory_vector_layer_memorylayer_sugges_267f408d,node_agent_mmd_orchestration_layer_orchestration_sugg_d0ad9d8e,node_agent_mmd_memory_vector_layer_memorylayer_sugges_b043d150,metadata_scanner_6a101b66,metadata_scanner_test_faee743d,domain_mapper_cd9333d2,domain_mapper_test_dc5a9896,brain_validator_be251832,brain_validator_test_5e40cb72,node_agent_mmd_orchestration_layer_orchestration_tool_cc43149f,node_agent_mmd_tool_layer_toollayer_tooling_baseline__61e66e9f,node_agent_mmd_memory_vector_layer_memorylayer_toolin_14f86b00,registries_06402afa,metrics_capture_core_db4bf7cf,control_plane_core_db3b4cb2,node_agent_mmd_orchestration_layer_orchestration_clas_899b821a,node_agent_mmd_memory_vector_layer_memorylayer_classi_1ebbf5ff,node_agent_mmd_orchestration_layer_orchestration_clas_402e0b3f,node_agent_mmd_memory_vector_layer_memorylayer_classi_58e617e7,promote_test_5c615269,normalise_test_1_6643dd83,coderabbit_csv_test_1f36d0a4,artifact_io_test_aac02da3,types_14_fe7507be,node_agent_mmd_orchestration_layer_orchestration_scaf_ff8f92f6,node_agent_mmd_memory_vector_layer_memorylayer_scaffo_a86eece1,node_agent_mmd_orchestration_layer_orchestration_scaf_c9a90c2f,node_agent_mmd_tool_layer_toollayer_scaffold_environm_c1afc013,node_agent_mmd_memory_vector_layer_memorylayer_scaffo_12b42341,node_agent_mmd_orchestration_layer_orchestration_scaf_78d57a93,node_agent_mmd_tool_layer_toollayer_scaffold_environm_1a8f8168,node_agent_mmd_orchestration_layer_orchestration_scaf_12cc07db,node_agent_mmd_memory_vector_layer_memorylayer_scaffo_5fd73b94,node_agent_mmd_orchestration_layer_orchestration_proj_6ab6f60f,node_agent_mmd_memory_vector_layer_memorylayer_projec_3ae304d9,node_agent_mmd_orchestration_layer_orchestration_proj_d78b2f4f,node_agent_mmd_memory_vector_layer_memorylayer_projec_6048335b,node_agent_mmd_orchestration_layer_orchestration_init_2a9c3ecb,node_agent_mmd_memory_vector_layer_memorylayer_init_m_333d02c5,node_agent_mmd_orchestration_layer_orchestration_he_p_fc778c24,node_agent_mmd_tool_layer_toollayer_he_phase_exit_cor_af016160,node_agent_mmd_orchestration_layer_orchestration_harn_7761fad1,node_agent_mmd_tool_layer_toollayer_harness_closeout__df9d1dab,node_agent_mmd_orchestration_layer_orchestration_vali_a3b17e45,node_agent_mmd_memory_vector_layer_memorylayer_valida_caacfcdf,node_agent_mmd_orchestration_layer_orchestration_vali_d9fe99e6,node_agent_mmd_tool_layer_toollayer_validator_core_va_6ef6131f,node_agent_mmd_memory_vector_layer_memorylayer_valida_41034356,node_agent_mmd_orchestration_layer_orchestration_type_7cf81261,node_agent_mmd_tool_layer_toollayer_types_core_types__6c8319b6,node_agent_mmd_memory_vector_layer_memorylayer_types__83f369fa,run_records_core_89286dfa,run_record_emitter_test_5475c0da,node_agent_mmd_orchestration_layer_orchestration_poli_3270b55d,node_agent_mmd_tool_layer_toollayer_policy_validators_af136abf,node_agent_mmd_memory_vector_layer_memorylayer_policy_1944de42,north_star_alignment_00440188,north_star_alignment_test_3ae1d69b,node_agent_mmd_orchestration_layer_orchestration_modu_72373e29,node_agent_mmd_tool_layer_toollayer_module_boundaries_fecf90b5,node_agent_mmd_memory_vector_layer_memorylayer_module_9bfd18b1,linear_command_spec_1e12dd44,linear_command_runner_4a740dfc,command_specs_69167c63,node_agent_mmd_orchestration_layer_orchestration_comm_a137ef0a,node_agent_mmd_memory_vector_layer_memorylayer_comman_d36d1650,node_agent_mmd_orchestration_layer_orchestration_comm_1f8cc24c,node_agent_mmd_llm_model_layer_llmlayer_command_specs_782af9fa,node_agent_mmd_memory_vector_layer_memorylayer_comman_111eb454 agentNode
  classDef llmNode fill:#555,color:#fff
-   class node_agent_mmd_llm_model_layer_llmlayer_cli_dispatch__7ecbc6e7,node_agent_mmd_memory_vector_layer_memorylayer_cli_di_c121353b,node_agent_mmd_llm_model_layer_llmlayer_search_search_66b9a911,node_agent_mmd_memory_vector_layer_memorylayer_search_ac35cb7e,node_agent_mmd_llm_model_layer_llmlayer_search_test_s_72d50705,node_agent_mmd_memory_vector_layer_memorylayer_search_ebbe6c53,node_agent_mmd_orchestration_layer_orchestration_reme_359fe98f,node_agent_mmd_llm_model_layer_llmlayer_remediate_run_9e3d4585,node_agent_mmd_tool_layer_toollayer_remediate_runner__c003b871,prompt_gate_c5e9d207,prompt_gate_test_1a442b27,node_agent_mmd_llm_model_layer_llmlayer_index_context_1041bd11,node_agent_mmd_memory_vector_layer_memorylayer_index__6f3402d0,node_agent_mmd_llm_model_layer_llmlayer_index_context_7e927b45,node_agent_mmd_memory_vector_layer_memorylayer_index__46fc46d7,contract_test_2262847f,node_agent_mmd_llm_model_layer_llmlayer_context_conte_ad2dfbd9,node_agent_mmd_memory_vector_layer_memorylayer_contex_78ceaaa9,node_agent_mmd_llm_model_layer_llmlayer_context_test__32277db3,node_agent_mmd_memory_vector_layer_memorylayer_contex_4e7cab00,check_environment_core_2c16213f,sensitive_text_7c11f760,node_agent_mmd_llm_model_layer_llmlayer_sync_contract_9f3cc8c1,node_agent_mmd_memory_vector_layer_memorylayer_sync_c_e43418bc,node_agent_mmd_llm_model_layer_llmlayer_ollama_ollama_968b23fa,node_agent_mmd_memory_vector_layer_memorylayer_ollama_6d51be16,node_agent_mmd_llm_model_layer_llmlayer_ollama_test_o_d62a0b5a,node_agent_mmd_memory_vector_layer_memorylayer_ollama_d800c0c4,node_agent_mmd_llm_model_layer_llmlayer_indexer_index_4f4deef5,node_agent_mmd_memory_vector_layer_memorylayer_indexe_93e6d86f,node_agent_mmd_llm_model_layer_llmlayer_index_index_1_02e160ff,node_agent_mmd_memory_vector_layer_memorylayer_index__752bc61e,node_agent_mmd_llm_model_layer_llmlayer_constants_con_c9bd3f6c,node_agent_mmd_memory_vector_layer_memorylayer_consta_702d3f46,north_star_validators_cfc926ce,node_agent_mmd_orchestration_layer_orchestration_comm_1f8cc24c,node_agent_mmd_llm_model_layer_llmlayer_command_specs_782af9fa,node_agent_mmd_memory_vector_layer_memorylayer_comman_111eb454 llmNode
+   class node_agent_mmd_llm_model_layer_llmlayer_cli_dispatch__7ecbc6e7,node_agent_mmd_memory_vector_layer_memorylayer_cli_di_c121353b,node_agent_mmd_llm_model_layer_llmlayer_search_search_66b9a911,node_agent_mmd_memory_vector_layer_memorylayer_search_ac35cb7e,node_agent_mmd_llm_model_layer_llmlayer_search_test_s_72d50705,node_agent_mmd_memory_vector_layer_memorylayer_search_ebbe6c53,node_agent_mmd_orchestration_layer_orchestration_reme_359fe98f,node_agent_mmd_llm_model_layer_llmlayer_remediate_run_9e3d4585,node_agent_mmd_tool_layer_toollayer_remediate_runner__c003b871,prompt_gate_c5e9d207,prompt_gate_test_1a442b27,node_agent_mmd_llm_model_layer_llmlayer_index_context_1041bd11,node_agent_mmd_memory_vector_layer_memorylayer_index__6f3402d0,node_agent_mmd_llm_model_layer_llmlayer_index_context_7e927b45,node_agent_mmd_memory_vector_layer_memorylayer_index__46fc46d7,contract_test_2262847f,node_agent_mmd_llm_model_layer_llmlayer_context_conte_ad2dfbd9,node_agent_mmd_memory_vector_layer_memorylayer_contex_78ceaaa9,node_agent_mmd_llm_model_layer_llmlayer_context_test__32277db3,node_agent_mmd_memory_vector_layer_memorylayer_contex_4e7cab00,check_environment_core_2c16213f,sensitive_text_7c11f760,north_star_validators_cfc926ce,node_agent_mmd_llm_model_layer_llmlayer_sync_contract_9f3cc8c1,node_agent_mmd_memory_vector_layer_memorylayer_sync_c_e43418bc,node_agent_mmd_llm_model_layer_llmlayer_ollama_ollama_968b23fa,node_agent_mmd_memory_vector_layer_memorylayer_ollama_6d51be16,node_agent_mmd_llm_model_layer_llmlayer_ollama_test_o_d62a0b5a,node_agent_mmd_memory_vector_layer_memorylayer_ollama_d800c0c4,node_agent_mmd_llm_model_layer_llmlayer_indexer_index_4f4deef5,node_agent_mmd_memory_vector_layer_memorylayer_indexe_93e6d86f,node_agent_mmd_llm_model_layer_llmlayer_index_index_1_02e160ff,node_agent_mmd_memory_vector_layer_memorylayer_index__752bc61e,node_agent_mmd_llm_model_layer_llmlayer_constants_con_c9bd3f6c,node_agent_mmd_memory_vector_layer_memorylayer_consta_702d3f46,node_agent_mmd_orchestration_layer_orchestration_comm_1f8cc24c,node_agent_mmd_llm_model_layer_llmlayer_command_specs_782af9fa,node_agent_mmd_memory_vector_layer_memorylayer_comman_111eb454 llmNode
  classDef toolNode fill:#555,color:#fff
-   class node_agent_mmd_orchestration_layer_orchestration_coll_37781291,node_agent_mmd_tool_layer_toollayer_collect_observed__f30f627d,verify_work_test_0e12f6c5,node_agent_mmd_orchestration_layer_orchestration_revi_ae9f100c,node_agent_mmd_tool_layer_toollayer_review_gate_test__548e6c28,node_agent_mmd_memory_vector_layer_memorylayer_review_e0e0b257,node_agent_mmd_tool_layer_toollayer_review_gate_core__7704598b,node_agent_mmd_memory_vector_layer_memorylayer_review_5bee9816,remediate_test_6f59cafe,node_agent_mmd_orchestration_layer_orchestration_reme_359fe98f,node_agent_mmd_llm_model_layer_llmlayer_remediate_run_9e3d4585,node_agent_mmd_tool_layer_toollayer_remediate_runner__c003b871,remediate_cli_output_cc165396,pr_closeout_test_1_be1a0df1,policy_gate_213f7313,next_blocked_decisions_4140ad2b,node_agent_mmd_orchestration_layer_orchestration_lear_5a2a5b08,node_agent_mmd_tool_layer_toollayer_learnings_test_le_d61f175f,node_agent_mmd_orchestration_layer_orchestration_init_daf6ae1b,node_agent_mmd_tool_layer_toollayer_init_test_init_te_ae014ee3,node_agent_mmd_memory_vector_layer_memorylayer_init_t_bac0fb9d,doctor_test_e032e8b5,doctor_tool_checks_4acac51a,doctor_github_tool_checks_a53b0382,doctor_checks_5a2eb2b9,node_agent_mmd_orchestration_layer_orchestration_docs_22c7ae60,node_agent_mmd_tool_layer_toollayer_docs_gate_test_do_ca0c4c21,node_agent_mmd_memory_vector_layer_memorylayer_docs_g_2ab7a620,node_agent_mmd_tool_layer_toollayer_ci_migrate_core_c_049f8460,node_agent_mmd_memory_vector_layer_memorylayer_ci_mig_0cd5b1a4,types_1_4ecdf56e,node_agent_mmd_orchestration_layer_orchestration_orch_af4e7416,node_agent_mmd_tool_layer_toollayer_orchestrator_test_b563c528,node_agent_mmd_orchestration_layer_orchestration_tool_cc43149f,node_agent_mmd_tool_layer_toollayer_tooling_baseline__61e66e9f,node_agent_mmd_memory_vector_layer_memorylayer_toolin_14f86b00,tooling_baseline_test_d272ddb6,evaluation_engine_core_e054fe49,normalise_test_73e8a615,normalise_renderer_85f2e563,normalise_he_phase_exit_test_1788efc4,node_agent_mmd_tool_layer_toollayer_validator_validat_96a84a52,node_agent_mmd_memory_vector_layer_memorylayer_valida_1b167f63,node_agent_mmd_tool_layer_toollayer_metrics_tracker_m_4c9237d8,node_agent_mmd_memory_vector_layer_memorylayer_metric_12562178,node_agent_mmd_tool_layer_toollayer_metrics_tracker_t_8947b778,node_agent_mmd_memory_vector_layer_memorylayer_metric_74129788,client_1_914e1681,pr_creator_dc6b1ea4,scaffold_shell_quality_test_79567d03,scaffold_release_private_npm_template_075499f8,scaffold_github_actions_pr_pipeline_template_e2b85f62,scaffold_github_actions_pr_pipeline_template_test_be464a7b,scaffold_github_actions_pr_pipeline_renderer_1ee18de5,scaffold_github_actions_pr_pipeline_renderer_test_2cc38272,node_agent_mmd_orchestration_layer_orchestration_scaf_c9a90c2f,node_agent_mmd_tool_layer_toollayer_scaffold_environm_c1afc013,node_agent_mmd_memory_vector_layer_memorylayer_scaffo_12b42341,node_agent_mmd_orchestration_layer_orchestration_scaf_78d57a93,node_agent_mmd_tool_layer_toollayer_scaffold_environm_1a8f8168,scaffold_config_templates_4b80ce53,scaffold_codex_environment_templates_334fbbed,scaffold_ci_templates_2afd6392,init_output_360dce91,closure_evidence_aaa31467,observed_skill_usage_ed7d5930,observed_skill_usage_test_311c215a,ralph_runtime_73d63c0e,node_agent_mmd_orchestration_layer_orchestration_he_p_fc778c24,node_agent_mmd_tool_layer_toollayer_he_phase_exit_cor_af016160,node_agent_mmd_orchestration_layer_orchestration_harn_7761fad1,node_agent_mmd_tool_layer_toollayer_harness_closeout__df9d1dab,node_agent_mmd_tool_layer_toollayer_command_registry__cce57abe,node_agent_mmd_memory_vector_layer_memorylayer_comman_362247bb,validator_helpers_7b927667,node_agent_mmd_orchestration_layer_orchestration_vali_d9fe99e6,node_agent_mmd_tool_layer_toollayer_validator_core_va_6ef6131f,node_agent_mmd_memory_vector_layer_memorylayer_valida_41034356,node_agent_mmd_orchestration_layer_orchestration_type_7cf81261,node_agent_mmd_tool_layer_toollayer_types_core_types__6c8319b6,node_agent_mmd_memory_vector_layer_memorylayer_types__83f369fa,node_agent_mmd_orchestration_layer_orchestration_poli_3270b55d,node_agent_mmd_tool_layer_toollayer_policy_validators_af136abf,node_agent_mmd_memory_vector_layer_memorylayer_policy_1944de42,node_agent_mmd_orchestration_layer_orchestration_modu_72373e29,node_agent_mmd_tool_layer_toollayer_module_boundaries_fecf90b5,node_agent_mmd_memory_vector_layer_memorylayer_module_9bfd18b1,node_agent_mmd_tool_layer_toollayer_command_capabilit_e97a4615,node_agent_mmd_memory_vector_layer_memorylayer_comman_c72a5d05,command_capabilities_a4d5c71e toolNode
+   class node_agent_mmd_orchestration_layer_orchestration_coll_37781291,node_agent_mmd_tool_layer_toollayer_collect_observed__f30f627d,verify_work_test_0e12f6c5,node_agent_mmd_orchestration_layer_orchestration_revi_ae9f100c,node_agent_mmd_tool_layer_toollayer_review_gate_test__548e6c28,node_agent_mmd_memory_vector_layer_memorylayer_review_e0e0b257,node_agent_mmd_tool_layer_toollayer_review_gate_core__7704598b,node_agent_mmd_memory_vector_layer_memorylayer_review_5bee9816,remediate_test_6f59cafe,node_agent_mmd_orchestration_layer_orchestration_reme_359fe98f,node_agent_mmd_llm_model_layer_llmlayer_remediate_run_9e3d4585,node_agent_mmd_tool_layer_toollayer_remediate_runner__c003b871,remediate_cli_output_cc165396,pr_closeout_test_1_be1a0df1,policy_gate_213f7313,next_blocked_decisions_4140ad2b,node_agent_mmd_orchestration_layer_orchestration_lear_5a2a5b08,node_agent_mmd_tool_layer_toollayer_learnings_test_le_d61f175f,node_agent_mmd_orchestration_layer_orchestration_init_daf6ae1b,node_agent_mmd_tool_layer_toollayer_init_test_init_te_ae014ee3,node_agent_mmd_memory_vector_layer_memorylayer_init_t_bac0fb9d,doctor_test_e032e8b5,doctor_tool_checks_4acac51a,doctor_github_tool_checks_a53b0382,doctor_checks_5a2eb2b9,node_agent_mmd_orchestration_layer_orchestration_docs_22c7ae60,node_agent_mmd_tool_layer_toollayer_docs_gate_test_do_ca0c4c21,node_agent_mmd_memory_vector_layer_memorylayer_docs_g_2ab7a620,node_agent_mmd_tool_layer_toollayer_ci_migrate_core_c_049f8460,node_agent_mmd_memory_vector_layer_memorylayer_ci_mig_0cd5b1a4,types_1_4ecdf56e,node_agent_mmd_orchestration_layer_orchestration_orch_af4e7416,node_agent_mmd_tool_layer_toollayer_orchestrator_test_b563c528,node_agent_mmd_orchestration_layer_orchestration_tool_cc43149f,node_agent_mmd_tool_layer_toollayer_tooling_baseline__61e66e9f,node_agent_mmd_memory_vector_layer_memorylayer_toolin_14f86b00,tooling_baseline_test_d272ddb6,evaluation_engine_core_e054fe49,normalise_test_73e8a615,normalise_renderer_85f2e563,normalise_he_phase_exit_test_1788efc4,node_agent_mmd_tool_layer_toollayer_validator_validat_96a84a52,node_agent_mmd_memory_vector_layer_memorylayer_valida_1b167f63,node_agent_mmd_tool_layer_toollayer_metrics_tracker_m_4c9237d8,node_agent_mmd_memory_vector_layer_memorylayer_metric_12562178,node_agent_mmd_tool_layer_toollayer_metrics_tracker_t_8947b778,node_agent_mmd_memory_vector_layer_memorylayer_metric_74129788,client_1_914e1681,scaffold_shell_quality_test_79567d03,scaffold_release_private_npm_template_075499f8,scaffold_github_actions_pr_pipeline_template_e2b85f62,scaffold_github_actions_pr_pipeline_template_test_be464a7b,scaffold_github_actions_pr_pipeline_renderer_1ee18de5,scaffold_github_actions_pr_pipeline_renderer_test_2cc38272,node_agent_mmd_orchestration_layer_orchestration_scaf_c9a90c2f,node_agent_mmd_tool_layer_toollayer_scaffold_environm_c1afc013,node_agent_mmd_memory_vector_layer_memorylayer_scaffo_12b42341,node_agent_mmd_orchestration_layer_orchestration_scaf_78d57a93,node_agent_mmd_tool_layer_toollayer_scaffold_environm_1a8f8168,scaffold_config_templates_4b80ce53,scaffold_codex_environment_templates_334fbbed,scaffold_ci_templates_2afd6392,init_output_360dce91,pr_creator_dc6b1ea4,closure_evidence_aaa31467,observed_skill_usage_ed7d5930,observed_skill_usage_test_311c215a,ralph_runtime_73d63c0e,node_agent_mmd_orchestration_layer_orchestration_he_p_fc778c24,node_agent_mmd_tool_layer_toollayer_he_phase_exit_cor_af016160,node_agent_mmd_orchestration_layer_orchestration_harn_7761fad1,node_agent_mmd_tool_layer_toollayer_harness_closeout__df9d1dab,validator_helpers_7b927667,node_agent_mmd_orchestration_layer_orchestration_vali_d9fe99e6,node_agent_mmd_tool_layer_toollayer_validator_core_va_6ef6131f,node_agent_mmd_memory_vector_layer_memorylayer_valida_41034356,node_agent_mmd_orchestration_layer_orchestration_type_7cf81261,node_agent_mmd_tool_layer_toollayer_types_core_types__6c8319b6,node_agent_mmd_memory_vector_layer_memorylayer_types__83f369fa,node_agent_mmd_orchestration_layer_orchestration_poli_3270b55d,node_agent_mmd_tool_layer_toollayer_policy_validators_af136abf,node_agent_mmd_memory_vector_layer_memorylayer_policy_1944de42,node_agent_mmd_tool_layer_toollayer_command_registry__cce57abe,node_agent_mmd_memory_vector_layer_memorylayer_comman_362247bb,node_agent_mmd_orchestration_layer_orchestration_modu_72373e29,node_agent_mmd_tool_layer_toollayer_module_boundaries_fecf90b5,node_agent_mmd_memory_vector_layer_memorylayer_module_9bfd18b1,node_agent_mmd_tool_layer_toollayer_command_capabilit_e97a4615,node_agent_mmd_memory_vector_layer_memorylayer_comman_c72a5d05,command_capabilities_a4d5c71e toolNode
  classDef memNode fill:#555,color:#fff
-   class node_agent_mmd_llm_model_layer_llmlayer_cli_dispatch__7ecbc6e7,node_agent_mmd_memory_vector_layer_memorylayer_cli_di_c121353b,run_local_memory_preflight_36e92808,run_local_memory_preflight_test_1d7c5aa0,pr_template_validator_test_569b1cef,node_agent_mmd_orchestration_layer_orchestration_tool_5f9f8adf,node_agent_mmd_memory_vector_layer_memorylayer_toolin_48be0fc9,node_agent_mmd_orchestration_layer_orchestration_tool_acfe0c01,node_agent_mmd_memory_vector_layer_memorylayer_toolin_a1185b8f,node_agent_mmd_llm_model_layer_llmlayer_search_search_66b9a911,node_agent_mmd_memory_vector_layer_memorylayer_search_ac35cb7e,node_agent_mmd_llm_model_layer_llmlayer_search_test_s_72d50705,node_agent_mmd_memory_vector_layer_memorylayer_search_ebbe6c53,node_agent_mmd_orchestration_layer_orchestration_revi_ae9f100c,node_agent_mmd_tool_layer_toollayer_review_gate_test__548e6c28,node_agent_mmd_memory_vector_layer_memorylayer_review_e0e0b257,node_agent_mmd_tool_layer_toollayer_review_gate_core__7704598b,node_agent_mmd_memory_vector_layer_memorylayer_review_5bee9816,review_context_ca6cf81d,node_agent_mmd_orchestration_layer_orchestration_revi_84f25e5b,node_agent_mmd_memory_vector_layer_memorylayer_review_3255d3cf,node_agent_mmd_orchestration_layer_orchestration_refr_10a87984,node_agent_mmd_memory_vector_layer_memorylayer_refres_b1a0f415,pattern_scope_siblings_43abe000,memory_gate_a577a506,local_memory_preflight_dcc36c42,local_memory_preflight_test_5e323bbf,node_agent_mmd_orchestration_layer_orchestration_init_daf6ae1b,node_agent_mmd_tool_layer_toollayer_init_test_init_te_ae014ee3,node_agent_mmd_memory_vector_layer_memorylayer_init_t_bac0fb9d,node_agent_mmd_llm_model_layer_llmlayer_index_context_1041bd11,node_agent_mmd_memory_vector_layer_memorylayer_index__6f3402d0,node_agent_mmd_llm_model_layer_llmlayer_index_context_7e927b45,node_agent_mmd_memory_vector_layer_memorylayer_index__46fc46d7,node_agent_mmd_orchestration_layer_orchestration_docs_22c7ae60,node_agent_mmd_tool_layer_toollayer_docs_gate_test_do_ca0c4c21,node_agent_mmd_memory_vector_layer_memorylayer_docs_g_2ab7a620,docs_gate_core_eb9b6c18,node_agent_mmd_llm_model_layer_llmlayer_context_conte_ad2dfbd9,node_agent_mmd_memory_vector_layer_memorylayer_contex_78ceaaa9,node_agent_mmd_llm_model_layer_llmlayer_context_test__32277db3,node_agent_mmd_memory_vector_layer_memorylayer_contex_4e7cab00,context_integrity_acceptance_test_59f961b1,context_health_80bb7da9,context_health_test_3b5b87f3,node_agent_mmd_orchestration_layer_orchestration_ci_m_a6704d8b,node_agent_mmd_memory_vector_layer_memorylayer_ci_mig_df76706f,node_agent_mmd_tool_layer_toollayer_ci_migrate_core_c_049f8460,node_agent_mmd_memory_vector_layer_memorylayer_ci_mig_0cd5b1a4,check_diagram_freshness_test_c1dc40aa,branch_protect_core_a8feb0fd,node_agent_mmd_orchestration_layer_orchestration_brai_9c019b6e,node_agent_mmd_memory_vector_layer_memorylayer_brain__80b5ea48,node_agent_mmd_orchestration_layer_orchestration_agen_eb715f44,node_agent_mmd_memory_vector_layer_memorylayer_agent__6f084ab8,overload_guard_2748c559,overload_guard_test_6ece9f86,types_4_822d0f88,node_agent_mmd_orchestration_layer_orchestration_sugg_85c5ebe3,node_agent_mmd_memory_vector_layer_memorylayer_sugges_267f408d,node_agent_mmd_orchestration_layer_orchestration_sugg_d0ad9d8e,node_agent_mmd_memory_vector_layer_memorylayer_sugges_b043d150,types_7_2f1ed65e,claim_helpers_20dc8387,performance_overload_c685bfcf,local_memory_0db17ecc,local_memory_smoke_1175abfc,node_agent_mmd_orchestration_layer_orchestration_tool_cc43149f,node_agent_mmd_tool_layer_toollayer_tooling_baseline__61e66e9f,node_agent_mmd_memory_vector_layer_memorylayer_toolin_14f86b00,node_agent_mmd_orchestration_layer_orchestration_clas_899b821a,node_agent_mmd_memory_vector_layer_memorylayer_classi_1ebbf5ff,node_agent_mmd_orchestration_layer_orchestration_clas_402e0b3f,node_agent_mmd_memory_vector_layer_memorylayer_classi_58e617e7,node_agent_mmd_tool_layer_toollayer_validator_validat_96a84a52,node_agent_mmd_memory_vector_layer_memorylayer_valida_1b167f63,validator_test_1_c5015ca0,types_12_2b09659a,node_agent_mmd_tool_layer_toollayer_metrics_tracker_m_4c9237d8,node_agent_mmd_memory_vector_layer_memorylayer_metric_12562178,node_agent_mmd_tool_layer_toollayer_metrics_tracker_t_8947b778,node_agent_mmd_memory_vector_layer_memorylayer_metric_74129788,branch_enforcer_acb749cd,review_context_1_e3afed15,index_2_10143590,eval_seed_5699fd3e,workflow_contract_scripts_test_681e2e3c,scaffold_workflow_template_92310587,node_agent_mmd_orchestration_layer_orchestration_scaf_ff8f92f6,node_agent_mmd_memory_vector_layer_memorylayer_scaffo_a86eece1,scaffold_surfaces_12d6494e,scaffold_shell_templates_0ad0f915,scaffold_script_template_registry_69312d4e,scaffold_script_template_registry_test_6a8ebefe,scaffold_root_command_templates_404fed7f,scaffold_root_command_templates_test_14596939,node_agent_mmd_orchestration_layer_orchestration_scaf_c9a90c2f,node_agent_mmd_tool_layer_toollayer_scaffold_environm_c1afc013,node_agent_mmd_memory_vector_layer_memorylayer_scaffo_12b42341,node_agent_mmd_orchestration_layer_orchestration_scaf_12cc07db,node_agent_mmd_memory_vector_layer_memorylayer_scaffo_5fd73b94,scaffold_diagram_templates_dd88e83c,scaffold_diagram_templates_test_f3774c28,node_agent_mmd_orchestration_layer_orchestration_proj_6ab6f60f,node_agent_mmd_memory_vector_layer_memorylayer_projec_3ae304d9,node_agent_mmd_orchestration_layer_orchestration_proj_d78b2f4f,node_agent_mmd_memory_vector_layer_memorylayer_projec_6048335b,node_agent_mmd_orchestration_layer_orchestration_init_2a9c3ecb,node_agent_mmd_memory_vector_layer_memorylayer_init_m_333d02c5,codex_preflight_symlink_test_037558db,harness_decision_test_7e5a4fe5,types_18_37582e2a,node_agent_mmd_llm_model_layer_llmlayer_sync_contract_9f3cc8c1,node_agent_mmd_memory_vector_layer_memorylayer_sync_c_e43418bc,sync_contract_test_5dc3165c,store_824d80d7,sources_1_e133d97d,rollout_a4fa034c,node_agent_mmd_llm_model_layer_llmlayer_ollama_ollama_968b23fa,node_agent_mmd_memory_vector_layer_memorylayer_ollama_6d51be16,node_agent_mmd_llm_model_layer_llmlayer_ollama_test_o_d62a0b5a,node_agent_mmd_memory_vector_layer_memorylayer_ollama_d800c0c4,lexical_fallback_723e2b3e,init_error_5c7dd49f,node_agent_mmd_llm_model_layer_llmlayer_indexer_index_4f4deef5,node_agent_mmd_memory_vector_layer_memorylayer_indexe_93e6d86f,indexer_test_d492f0aa,node_agent_mmd_llm_model_layer_llmlayer_index_index_1_02e160ff,node_agent_mmd_memory_vector_layer_memorylayer_index__752bc61e,context_compact_policy_3dcaf95d,context_compact_policy_test_da148267,node_agent_mmd_llm_model_layer_llmlayer_constants_con_c9bd3f6c,node_agent_mmd_memory_vector_layer_memorylayer_consta_702d3f46,constants_test_5492ae98,node_agent_mmd_tool_layer_toollayer_command_registry__cce57abe,node_agent_mmd_memory_vector_layer_memorylayer_comman_362247bb,node_agent_mmd_orchestration_layer_orchestration_vali_a3b17e45,node_agent_mmd_memory_vector_layer_memorylayer_valida_caacfcdf,node_agent_mmd_orchestration_layer_orchestration_vali_d9fe99e6,node_agent_mmd_tool_layer_toollayer_validator_core_va_6ef6131f,node_agent_mmd_memory_vector_layer_memorylayer_valida_41034356,node_agent_mmd_orchestration_layer_orchestration_type_7cf81261,node_agent_mmd_tool_layer_toollayer_types_core_types__6c8319b6,node_agent_mmd_memory_vector_layer_memorylayer_types__83f369fa,node_agent_mmd_orchestration_layer_orchestration_poli_3270b55d,node_agent_mmd_tool_layer_toollayer_policy_validators_af136abf,node_agent_mmd_memory_vector_layer_memorylayer_policy_1944de42,loader_test_03424671,json_schema_core_96d7e328,index_6_fc9e91e2,harness_run_context_ac7c77a9,harness_run_context_test_c6937fed,branch_protect_sync_570adb18,node_agent_mmd_orchestration_layer_orchestration_modu_72373e29,node_agent_mmd_tool_layer_toollayer_module_boundaries_fecf90b5,node_agent_mmd_memory_vector_layer_memorylayer_module_9bfd18b1,review_gate_command_spec_3187376a,memory_gate_command_spec_dc9001a9,local_memory_preflight_command_spec_9e23f3ce,node_agent_mmd_orchestration_layer_orchestration_comm_a137ef0a,node_agent_mmd_memory_vector_layer_memorylayer_comman_d36d1650,node_agent_mmd_orchestration_layer_orchestration_comm_1f8cc24c,node_agent_mmd_llm_model_layer_llmlayer_command_specs_782af9fa,node_agent_mmd_memory_vector_layer_memorylayer_comman_111eb454,node_agent_mmd_tool_layer_toollayer_command_capabilit_e97a4615,node_agent_mmd_memory_vector_layer_memorylayer_comman_c72a5d05 memNode
+   class node_agent_mmd_llm_model_layer_llmlayer_cli_dispatch__7ecbc6e7,node_agent_mmd_memory_vector_layer_memorylayer_cli_di_c121353b,run_local_memory_preflight_36e92808,run_local_memory_preflight_test_1d7c5aa0,pr_template_validator_test_569b1cef,node_agent_mmd_orchestration_layer_orchestration_tool_5f9f8adf,node_agent_mmd_memory_vector_layer_memorylayer_toolin_48be0fc9,node_agent_mmd_orchestration_layer_orchestration_tool_acfe0c01,node_agent_mmd_memory_vector_layer_memorylayer_toolin_a1185b8f,node_agent_mmd_llm_model_layer_llmlayer_search_search_66b9a911,node_agent_mmd_memory_vector_layer_memorylayer_search_ac35cb7e,node_agent_mmd_llm_model_layer_llmlayer_search_test_s_72d50705,node_agent_mmd_memory_vector_layer_memorylayer_search_ebbe6c53,node_agent_mmd_orchestration_layer_orchestration_revi_ae9f100c,node_agent_mmd_tool_layer_toollayer_review_gate_test__548e6c28,node_agent_mmd_memory_vector_layer_memorylayer_review_e0e0b257,node_agent_mmd_tool_layer_toollayer_review_gate_core__7704598b,node_agent_mmd_memory_vector_layer_memorylayer_review_5bee9816,review_context_ca6cf81d,node_agent_mmd_orchestration_layer_orchestration_revi_84f25e5b,node_agent_mmd_memory_vector_layer_memorylayer_review_3255d3cf,node_agent_mmd_orchestration_layer_orchestration_refr_10a87984,node_agent_mmd_memory_vector_layer_memorylayer_refres_b1a0f415,pattern_scope_siblings_43abe000,memory_gate_a577a506,local_memory_preflight_dcc36c42,local_memory_preflight_test_5e323bbf,node_agent_mmd_orchestration_layer_orchestration_init_daf6ae1b,node_agent_mmd_tool_layer_toollayer_init_test_init_te_ae014ee3,node_agent_mmd_memory_vector_layer_memorylayer_init_t_bac0fb9d,node_agent_mmd_llm_model_layer_llmlayer_index_context_1041bd11,node_agent_mmd_memory_vector_layer_memorylayer_index__6f3402d0,node_agent_mmd_llm_model_layer_llmlayer_index_context_7e927b45,node_agent_mmd_memory_vector_layer_memorylayer_index__46fc46d7,node_agent_mmd_orchestration_layer_orchestration_docs_22c7ae60,node_agent_mmd_tool_layer_toollayer_docs_gate_test_do_ca0c4c21,node_agent_mmd_memory_vector_layer_memorylayer_docs_g_2ab7a620,docs_gate_core_eb9b6c18,node_agent_mmd_llm_model_layer_llmlayer_context_conte_ad2dfbd9,node_agent_mmd_memory_vector_layer_memorylayer_contex_78ceaaa9,node_agent_mmd_llm_model_layer_llmlayer_context_test__32277db3,node_agent_mmd_memory_vector_layer_memorylayer_contex_4e7cab00,context_integrity_acceptance_test_59f961b1,context_health_80bb7da9,context_health_test_3b5b87f3,node_agent_mmd_orchestration_layer_orchestration_ci_m_a6704d8b,node_agent_mmd_memory_vector_layer_memorylayer_ci_mig_df76706f,node_agent_mmd_tool_layer_toollayer_ci_migrate_core_c_049f8460,node_agent_mmd_memory_vector_layer_memorylayer_ci_mig_0cd5b1a4,check_diagram_freshness_test_c1dc40aa,branch_protect_core_a8feb0fd,node_agent_mmd_orchestration_layer_orchestration_brai_9c019b6e,node_agent_mmd_memory_vector_layer_memorylayer_brain__80b5ea48,node_agent_mmd_orchestration_layer_orchestration_agen_eb715f44,node_agent_mmd_memory_vector_layer_memorylayer_agent__6f084ab8,overload_guard_2748c559,overload_guard_test_6ece9f86,types_3_9675d69b,node_agent_mmd_orchestration_layer_orchestration_sugg_85c5ebe3,node_agent_mmd_memory_vector_layer_memorylayer_sugges_267f408d,node_agent_mmd_orchestration_layer_orchestration_sugg_d0ad9d8e,node_agent_mmd_memory_vector_layer_memorylayer_sugges_b043d150,performance_overload_c685bfcf,local_memory_0db17ecc,local_memory_smoke_1175abfc,types_8_f6283648,claim_helpers_20dc8387,node_agent_mmd_orchestration_layer_orchestration_tool_cc43149f,node_agent_mmd_tool_layer_toollayer_tooling_baseline__61e66e9f,node_agent_mmd_memory_vector_layer_memorylayer_toolin_14f86b00,node_agent_mmd_orchestration_layer_orchestration_clas_899b821a,node_agent_mmd_memory_vector_layer_memorylayer_classi_1ebbf5ff,node_agent_mmd_orchestration_layer_orchestration_clas_402e0b3f,node_agent_mmd_memory_vector_layer_memorylayer_classi_58e617e7,node_agent_mmd_tool_layer_toollayer_validator_validat_96a84a52,node_agent_mmd_memory_vector_layer_memorylayer_valida_1b167f63,validator_test_1_c5015ca0,types_12_2b09659a,node_agent_mmd_tool_layer_toollayer_metrics_tracker_m_4c9237d8,node_agent_mmd_memory_vector_layer_memorylayer_metric_12562178,node_agent_mmd_tool_layer_toollayer_metrics_tracker_t_8947b778,node_agent_mmd_memory_vector_layer_memorylayer_metric_74129788,branch_enforcer_acb749cd,review_context_1_e3afed15,index_2_10143590,eval_seed_5699fd3e,workflow_contract_scripts_test_681e2e3c,scaffold_workflow_template_92310587,node_agent_mmd_orchestration_layer_orchestration_scaf_ff8f92f6,node_agent_mmd_memory_vector_layer_memorylayer_scaffo_a86eece1,scaffold_surfaces_12d6494e,scaffold_shell_templates_0ad0f915,scaffold_script_template_registry_69312d4e,scaffold_script_template_registry_test_6a8ebefe,scaffold_root_command_templates_404fed7f,scaffold_root_command_templates_test_14596939,node_agent_mmd_orchestration_layer_orchestration_scaf_c9a90c2f,node_agent_mmd_tool_layer_toollayer_scaffold_environm_c1afc013,node_agent_mmd_memory_vector_layer_memorylayer_scaffo_12b42341,node_agent_mmd_orchestration_layer_orchestration_scaf_12cc07db,node_agent_mmd_memory_vector_layer_memorylayer_scaffo_5fd73b94,scaffold_diagram_templates_dd88e83c,scaffold_diagram_templates_test_f3774c28,node_agent_mmd_orchestration_layer_orchestration_proj_6ab6f60f,node_agent_mmd_memory_vector_layer_memorylayer_projec_3ae304d9,node_agent_mmd_orchestration_layer_orchestration_proj_d78b2f4f,node_agent_mmd_memory_vector_layer_memorylayer_projec_6048335b,node_agent_mmd_orchestration_layer_orchestration_init_2a9c3ecb,node_agent_mmd_memory_vector_layer_memorylayer_init_m_333d02c5,codex_preflight_symlink_test_037558db,harness_decision_test_7e5a4fe5,node_agent_mmd_orchestration_layer_orchestration_vali_a3b17e45,node_agent_mmd_memory_vector_layer_memorylayer_valida_caacfcdf,node_agent_mmd_orchestration_layer_orchestration_vali_d9fe99e6,node_agent_mmd_tool_layer_toollayer_validator_core_va_6ef6131f,node_agent_mmd_memory_vector_layer_memorylayer_valida_41034356,node_agent_mmd_orchestration_layer_orchestration_type_7cf81261,node_agent_mmd_tool_layer_toollayer_types_core_types__6c8319b6,node_agent_mmd_memory_vector_layer_memorylayer_types__83f369fa,node_agent_mmd_orchestration_layer_orchestration_poli_3270b55d,node_agent_mmd_tool_layer_toollayer_policy_validators_af136abf,node_agent_mmd_memory_vector_layer_memorylayer_policy_1944de42,loader_test_03424671,json_schema_core_96d7e328,index_5_522f772a,harness_run_context_ac7c77a9,harness_run_context_test_c6937fed,types_19_eb4ad5f0,node_agent_mmd_llm_model_layer_llmlayer_sync_contract_9f3cc8c1,node_agent_mmd_memory_vector_layer_memorylayer_sync_c_e43418bc,sync_contract_test_5dc3165c,store_824d80d7,sources_1_e133d97d,rollout_a4fa034c,node_agent_mmd_llm_model_layer_llmlayer_ollama_ollama_968b23fa,node_agent_mmd_memory_vector_layer_memorylayer_ollama_6d51be16,node_agent_mmd_llm_model_layer_llmlayer_ollama_test_o_d62a0b5a,node_agent_mmd_memory_vector_layer_memorylayer_ollama_d800c0c4,lexical_fallback_723e2b3e,init_error_5c7dd49f,node_agent_mmd_llm_model_layer_llmlayer_indexer_index_4f4deef5,node_agent_mmd_memory_vector_layer_memorylayer_indexe_93e6d86f,indexer_test_d492f0aa,node_agent_mmd_llm_model_layer_llmlayer_index_index_1_02e160ff,node_agent_mmd_memory_vector_layer_memorylayer_index__752bc61e,context_compact_policy_3dcaf95d,context_compact_policy_test_da148267,node_agent_mmd_llm_model_layer_llmlayer_constants_con_c9bd3f6c,node_agent_mmd_memory_vector_layer_memorylayer_consta_702d3f46,constants_test_5492ae98,node_agent_mmd_tool_layer_toollayer_command_registry__cce57abe,node_agent_mmd_memory_vector_layer_memorylayer_comman_362247bb,branch_protect_sync_570adb18,node_agent_mmd_orchestration_layer_orchestration_modu_72373e29,node_agent_mmd_tool_layer_toollayer_module_boundaries_fecf90b5,node_agent_mmd_memory_vector_layer_memorylayer_module_9bfd18b1,review_gate_command_spec_3187376a,memory_gate_command_spec_dc9001a9,local_memory_preflight_command_spec_9e23f3ce,node_agent_mmd_orchestration_layer_orchestration_comm_a137ef0a,node_agent_mmd_memory_vector_layer_memorylayer_comman_d36d1650,node_agent_mmd_orchestration_layer_orchestration_comm_1f8cc24c,node_agent_mmd_llm_model_layer_llmlayer_command_specs_782af9fa,node_agent_mmd_memory_vector_layer_memorylayer_comman_111eb454,node_agent_mmd_tool_layer_toollayer_command_capabilit_e97a4615,node_agent_mmd_memory_vector_layer_memorylayer_comman_c72a5d05 memNode
